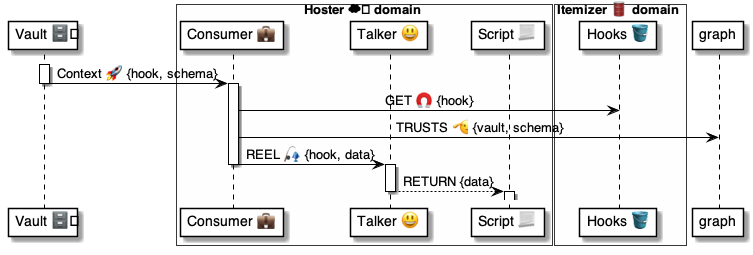
Before: 4 ⚙️ Solution/41 🎭 Domain Roles/Consumers 💼/💼🅰️ Consumer methods/Context 🗄️🚀💼/💼 Context ⚙️ uml.png, a diagram exported from PlantUML (pollyweb-org/pollyweb-docs). Its source is kept beside it as 4 ⚙️ Solution/41 🎭 Domain Roles/Consumers 💼/💼🅰️ Consumer methods/Context 🗄️🚀💼/💼 Context ⚙️ uml.puml.
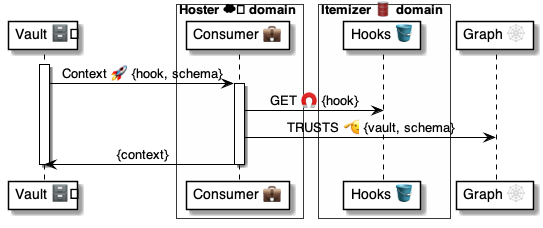
Later version of the same file.

The edit, as a diff of the source:
```diff
@@ -4,29 +4,24 @@
 
 box Hoster ☁️ domain #FFFFFA
     participant "Consumer 💼" as consumer
-    participant "Talker 😃" as talker
-    participant "Script 📃" as script
 end box
 
 box Itemizer 🛢 domain #FFFFFA
     participant "Hooks 🪣" as hooks
 end box
 
+participant "Graph 🕸" as graph
+
+
 activate vault
     vault -> consumer: Context 🚀 {hook, schema}
+
+    activate consumer
+        consumer -> hooks: GET 🧲 {hook}
+        consumer -> graph: TRUSTS 🫡 {vault, schema}
+        consumer -> vault: {context}
+    deactivate consumer
+
 deactivate vault
 
-activate consumer
-    consumer -> hooks: GET 🧲 {hook}
-    consumer -> graph: TRUSTS 🫡 {vault, schema}
-    consumer -> talker: REEL 🎣 {hook, data}
-deactivate consumer
-
-activate talker
-    talker --> script: RETURN {data}
-deactivate talker
-
-activate script
-deactivate script
-
 @enduml
```
